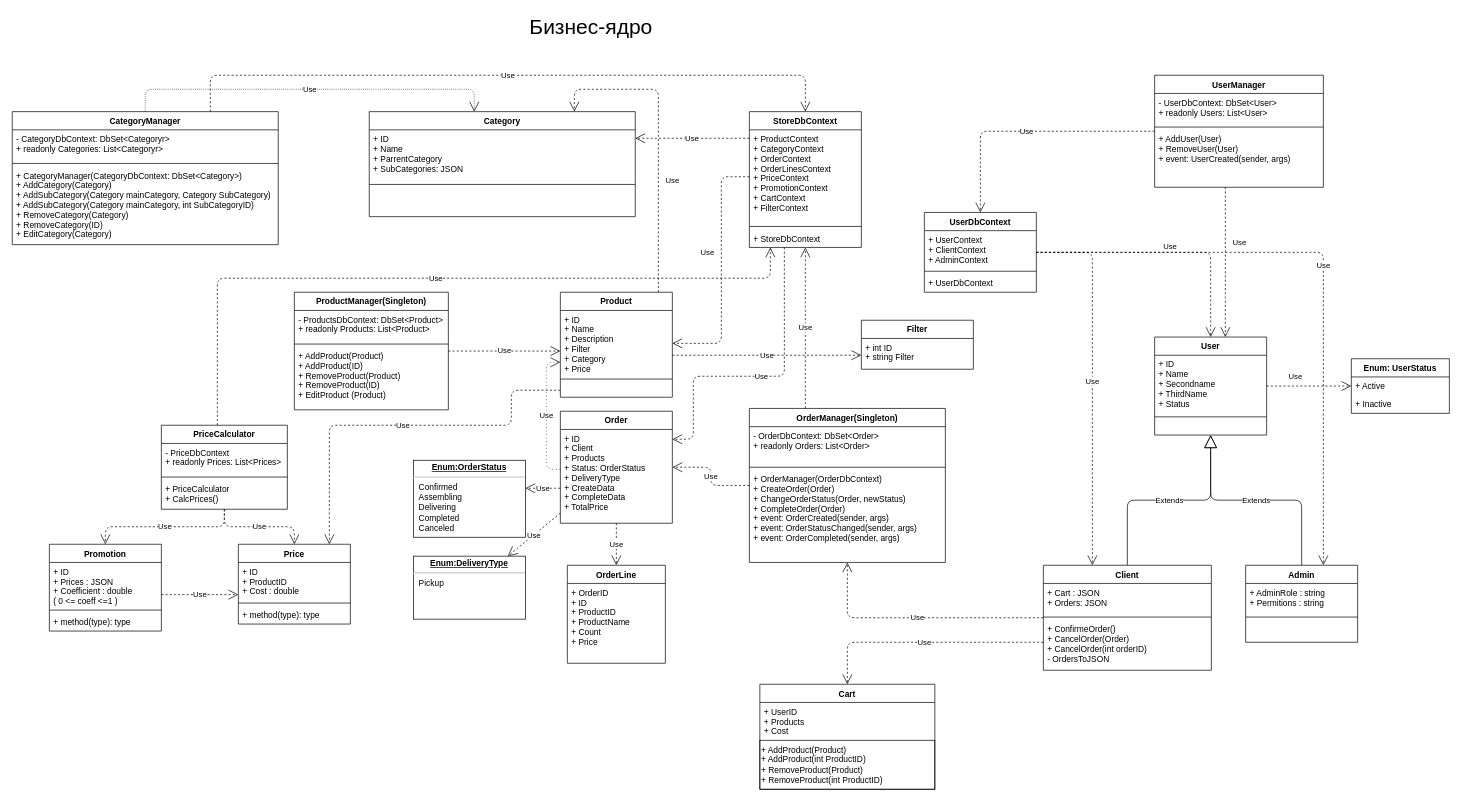
This is UML Diagram.drawio from ArtemGB/AlpakaStore, a draw.io file, before an edit. Source tidied: cells renumbered, new cells numbered last; positions are measured from the earlier drawing's top-left corner, leaving out a move shared by most shapes. Both pictures are drawn from the tidied source at 70%, with x=0, y=0 at pixel (12, 12).
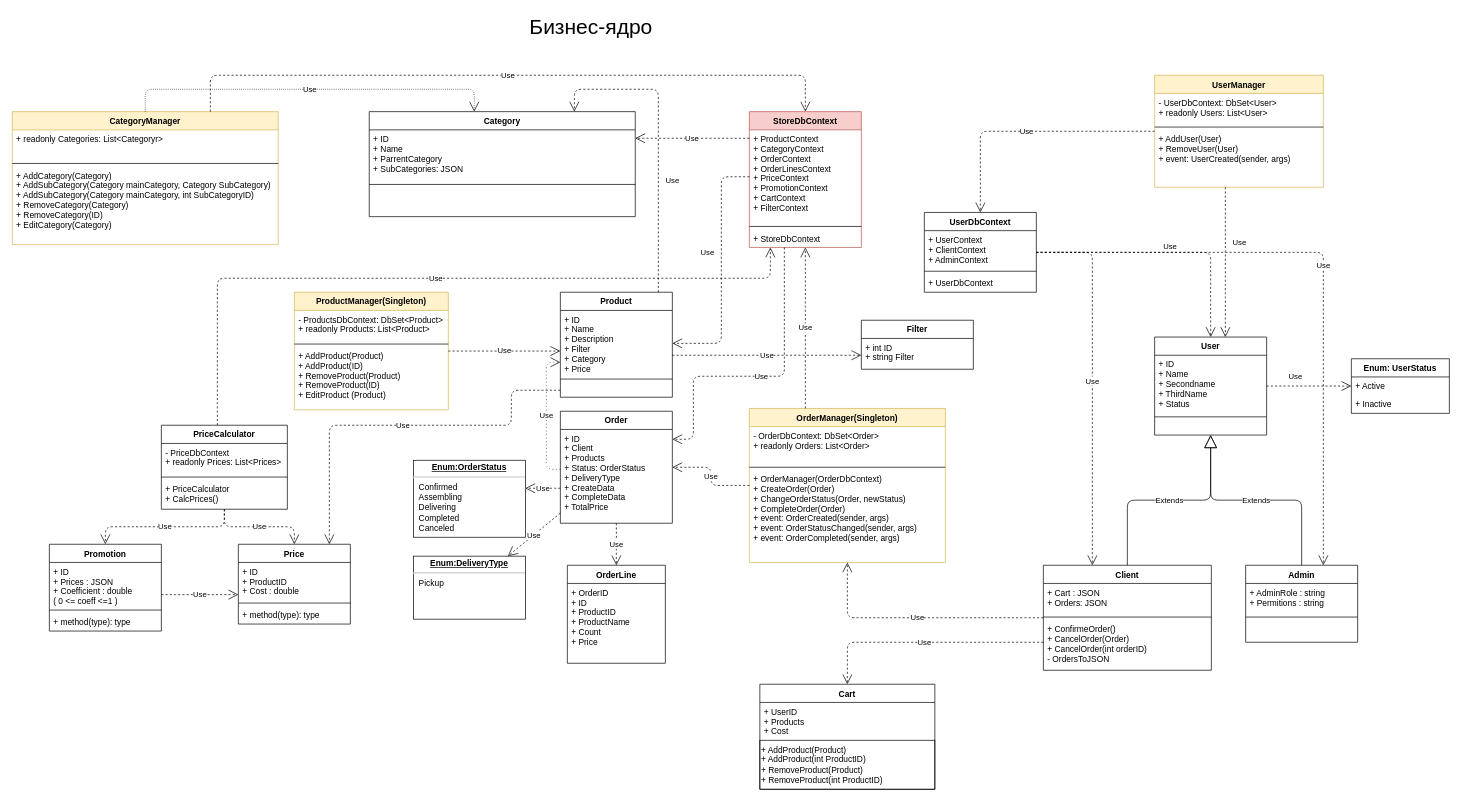
Above is the later version.

The edit, as a diff of the source:
```diff
@@
-    <mxCell id="13" value="StoreDbContext" style="swimlane;fontStyle=1;align=center;verticalAlign=top;horizontal=1;startSize=26;" parent="1" vertex="1">
+    <mxCell id="13" value="StoreDbContext" style="swimlane;fontStyle=1;align=center;verticalAlign=top;horizontal=1;startSize=26;fillColor=#f8cecc;strokeColor=#b85450;" parent="1" vertex="1">
       <mxGeometry x="1053" y="142" width="160" height="194" as="geometry" />
     </mxCell>
@@
-    <mxCell id="34" value="OrderManager(Singleton)" style="swimlane;fontStyle=1;align=center;verticalAlign=top;horizontal=1;startSize=26;" parent="1" vertex="1">
+    <mxCell id="34" value="OrderManager(Singleton)" style="swimlane;fontStyle=1;align=center;verticalAlign=top;horizontal=1;startSize=26;fillColor=#fff2cc;strokeColor=#d6b656;" parent="1" vertex="1">
       <mxGeometry x="1053" y="566" width="280" height="220" as="geometry" />
     </mxCell>
@@
-    <mxCell id="43" value="CategoryManager" style="swimlane;fontStyle=1;align=center;verticalAlign=top;horizontal=1;startSize=26;" parent="1" vertex="1">
+    <mxCell id="43" value="CategoryManager" style="swimlane;fontStyle=1;align=center;verticalAlign=top;horizontal=1;startSize=26;fillColor=#fff2cc;strokeColor=#d6b656;" parent="1" vertex="1">
       <mxGeometry y="142" width="380" height="190" as="geometry" />
     </mxCell>
-    <mxCell id="44" value="- CategoryDbContext: DbSet&lt;Categoryr&gt;&#10;+ readonly Categories: List&lt;Categoryr&gt;" style="text;strokeColor=none;fillColor=none;align=left;verticalAlign=top;spacingLeft=4;spacingRight=4;overflow=hidden;" parent="43" vertex="1">
+    <mxCell id="44" value="+ readonly Categories: List&lt;Categoryr&gt;" style="text;strokeColor=none;fillColor=none;align=left;verticalAlign=top;spacingLeft=4;spacingRight=4;overflow=hidden;" parent="43" vertex="1">
       <mxGeometry y="26" width="380" height="44" as="geometry" />
     </mxCell>
@@
-    <mxCell id="46" value="+ CategoryManager(CategoryDbContext: DbSet&lt;Category&gt;)&#10;+ AddCategory(Category)&#10;+ AddSubCategory(Category mainCategory, Category SubCategory)&#10;+ AddSubCategory(Category mainCategory, int SubCategoryID)&#10;+ RemoveCategory(Category)&#10;+ RemoveCategory(ID)&#10;+ EditCategory(Category)" style="text;strokeColor=none;fillColor=none;align=left;verticalAlign=top;spacingLeft=4;spacingRight=4;overflow=hidden;" parent="43" vertex="1">
+    <mxCell id="46" value="+ AddCategory(Category)&#10;+ AddSubCategory(Category mainCategory, Category SubCategory)&#10;+ AddSubCategory(Category mainCategory, int SubCategoryID)&#10;+ RemoveCategory(Category)&#10;+ RemoveCategory(ID)&#10;+ EditCategory(Category)" style="text;strokeColor=none;fillColor=none;align=left;verticalAlign=top;spacingLeft=4;spacingRight=4;overflow=hidden;" parent="43" vertex="1">
       <mxGeometry y="78" width="380" height="112" as="geometry" />
     </mxCell>
@@
-    <mxCell id="74" value="ProductManager(Singleton)" style="swimlane;fontStyle=1;align=center;verticalAlign=top;horizontal=1;startSize=26;" parent="1" vertex="1">
+    <mxCell id="74" value="ProductManager(Singleton)" style="swimlane;fontStyle=1;align=center;verticalAlign=top;horizontal=1;startSize=26;fillColor=#fff2cc;strokeColor=#d6b656;" parent="1" vertex="1">
       <mxGeometry x="403" y="400" width="220" height="168" as="geometry" />
     </mxCell>
@@
-    <mxCell id="78" value="UserManager" style="swimlane;fontStyle=1;align=center;verticalAlign=top;horizontal=1;startSize=26;" parent="1" vertex="1">
+    <mxCell id="78" value="UserManager" style="swimlane;fontStyle=1;align=center;verticalAlign=top;horizontal=1;startSize=26;fillColor=#fff2cc;strokeColor=#d6b656;" parent="1" vertex="1">
       <mxGeometry x="1632" y="90" width="241" height="160" as="geometry" />
     </mxCell>
```
